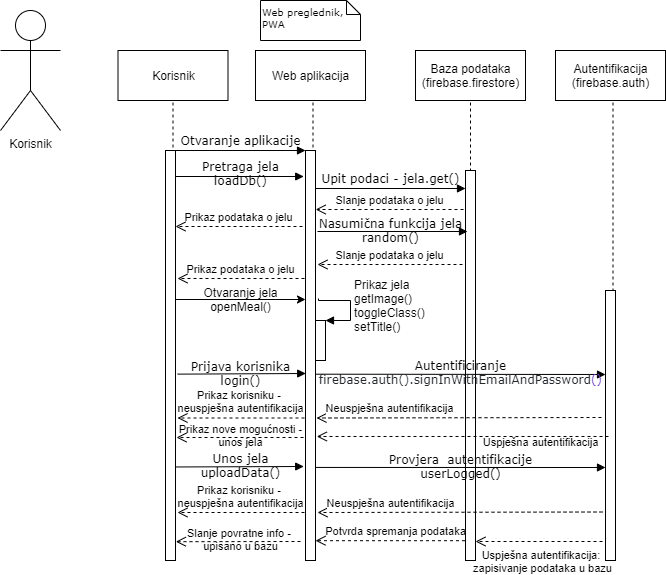
Earlier version of the draw.io export Dokumentacija/dijagram sekvenci/dijagram_sekvenci.png (R0b34t0/Koohaj). Source tidied: cells renumbered, new cells last; positions are measured from the earlier drawing's top-left corner, leaving out a move shared by most shapes.
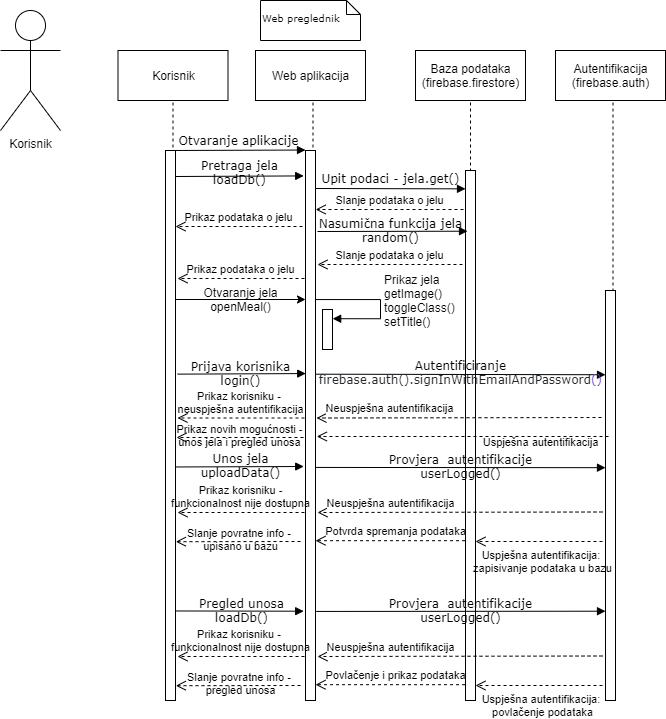
After the change.

Change to the diagram source:
```diff
@@ -1,61 +1,60 @@
-<mxGraphModel background="#ffffff">
+<mxGraphModel>
   <root>
     <mxCell id="0" />
     <mxCell id="1" parent="0" />
-    <mxCell id="2" style="shape=umlLifeline;perimeter=lifelinePerimeter;whiteSpace=wrap;html=1;rounded=1;shadow=0;comic=0;labelBackgroundColor=none;strokeWidth=1;fontFamily=Verdana;fontSize=12;align=center;" parent="1" vertex="1">
-      <mxGeometry x="260" y="50" width="105" height="510" as="geometry" />
-    </mxCell>
-    <mxCell id="3" style="html=1;points=[];perimeter=orthogonalPerimeter;rounded=0;shadow=0;comic=0;labelBackgroundColor=none;strokeWidth=1;fontFamily=Verdana;fontSize=12;align=center;" parent="2" vertex="1">
-      <mxGeometry x="45" y="100" width="10" height="410" as="geometry" />
-    </mxCell>
+    <mxCell id="40" style="shape=umlLifeline;perimeter=lifelinePerimeter;whiteSpace=wrap;html=1;rounded=1;shadow=0;comic=0;labelBackgroundColor=none;strokeWidth=1;fontFamily=Verdana;fontSize=12;align=center;" parent="1" vertex="1">
+      <mxGeometry x="260" y="50" width="105" height="650" as="geometry" />
+    </mxCell>
+    <mxCell id="41" style="html=1;points=[];perimeter=orthogonalPerimeter;rounded=0;shadow=0;comic=0;labelBackgroundColor=none;strokeWidth=1;fontFamily=Verdana;fontSize=12;align=center;" parent="40" vertex="1">
+      <mxGeometry x="45" y="100" width="10" height="550" as="geometry" />
+    </mxCell>
-    <mxCell id="4" value="Web aplikacija" style="html=1;" parent="2" vertex="1">
+    <mxCell id="4" value="Web aplikacija" style="html=1;" parent="40" vertex="1">
       <mxGeometry x="-5" width="110" height="50" as="geometry" />
     </mxCell>
-    <mxCell id="5" style="html=1;points=[];perimeter=orthogonalPerimeter;fontSize=12;" parent="2" vertex="1">
-      <mxGeometry x="55" y="270" width="10" height="40" as="geometry" />
-    </mxCell>
+    <mxCell id="42" style="html=1;points=[];perimeter=orthogonalPerimeter;fontSize=12;" parent="40" vertex="1">
+      <mxGeometry x="62" y="259" width="10" height="40" as="geometry" />
+    </mxCell>
-    <mxCell id="6" value="Prikaz jela&lt;br&gt;getImage()&lt;br&gt;toggleClass()&lt;br&gt;setTitle()" style="edgeStyle=orthogonalEdgeStyle;html=1;align=left;spacingLeft=2;endArrow=block;rounded=0;entryX=1;entryY=0;labelBackgroundColor=none;fontSize=12;exitX=1.3;exitY=0.361;exitDx=0;exitDy=0;exitPerimeter=0;" parent="2" edge="1" source="3" target="5">
+    <mxCell id="6" value="Prikaz jela&lt;br&gt;getImage()&lt;br&gt;toggleClass()&lt;br&gt;setTitle()" style="edgeStyle=orthogonalEdgeStyle;html=1;align=left;spacingLeft=2;endArrow=block;rounded=0;labelBackgroundColor=none;fontSize=12;exitX=1.016;exitY=0.271;exitDx=0;exitDy=0;exitPerimeter=0;entryX=1.018;entryY=0.23;entryDx=0;entryDy=0;entryPerimeter=0;" parent="40" edge="1" source="41" target="42">
       <mxGeometry relative="1" as="geometry">
         <Array as="points">
-          <mxPoint x="58" y="250" />
-          <mxPoint x="90" y="250" />
-          <mxPoint x="90" y="270" />
+          <mxPoint x="120" y="250" />
+          <mxPoint x="120" y="268" />
         </Array>
       </mxGeometry>
     </mxCell>
-    <mxCell id="7" value=":Object" style="shape=umlLifeline;perimeter=lifelinePerimeter;whiteSpace=wrap;html=1;rounded=1;shadow=0;comic=0;labelBackgroundColor=none;strokeWidth=1;fontFamily=Verdana;fontSize=12;align=center;" parent="1" vertex="1">
-      <mxGeometry x="420" y="50" width="100" height="510" as="geometry" />
-    </mxCell>
-    <mxCell id="8" style="html=1;perimeter=orthogonalPerimeter;rounded=0;shadow=0;comic=0;labelBackgroundColor=none;strokeWidth=1;fontFamily=Verdana;fontSize=12;align=center;" parent="7" vertex="1">
-      <mxGeometry x="45" y="120" width="10" height="390" as="geometry" />
-    </mxCell>
+    <mxCell id="43" value=":Object" style="shape=umlLifeline;perimeter=lifelinePerimeter;whiteSpace=wrap;html=1;rounded=1;shadow=0;comic=0;labelBackgroundColor=none;strokeWidth=1;fontFamily=Verdana;fontSize=12;align=center;" parent="1" vertex="1">
+      <mxGeometry x="420" y="50" width="100" height="650" as="geometry" />
+    </mxCell>
+    <mxCell id="44" style="html=1;perimeter=orthogonalPerimeter;rounded=0;shadow=0;comic=0;labelBackgroundColor=none;strokeWidth=1;fontFamily=Verdana;fontSize=12;align=center;" parent="43" vertex="1">
+      <mxGeometry x="45" y="120" width="10" height="530" as="geometry" />
+    </mxCell>
-    <mxCell id="9" value="Baza podataka&lt;br&gt;(firebase.firestore)" style="html=1;" parent="7" vertex="1">
+    <mxCell id="9" value="Baza podataka&lt;br&gt;(firebase.firestore)" style="html=1;" parent="43" vertex="1">
       <mxGeometry x="-5" width="110" height="50" as="geometry" />
     </mxCell>
-    <mxCell id="10" value=":Object" style="shape=umlLifeline;perimeter=lifelinePerimeter;whiteSpace=wrap;html=1;rounded=1;shadow=0;comic=0;labelBackgroundColor=none;strokeWidth=1;fontFamily=Verdana;fontSize=12;align=center;" parent="1" vertex="1">
-      <mxGeometry x="560" y="50" width="105" height="490" as="geometry" />
-    </mxCell>
+    <mxCell id="45" value=":Object" style="shape=umlLifeline;perimeter=lifelinePerimeter;whiteSpace=wrap;html=1;rounded=1;shadow=0;comic=0;labelBackgroundColor=none;strokeWidth=1;fontFamily=Verdana;fontSize=12;align=center;" parent="1" vertex="1">
+      <mxGeometry x="560" y="50" width="105" height="490" as="geometry" />
+    </mxCell>
-    <mxCell id="11" value="Autentifikacija&lt;br&gt;(firebase.auth)" style="html=1;" parent="10" vertex="1">
+    <mxCell id="11" value="Autentifikacija&lt;br&gt;(firebase.auth)" style="html=1;" parent="45" vertex="1">
       <mxGeometry x="-5" width="110" height="50" as="geometry" />
     </mxCell>
-    <mxCell id="12" value=":Object" style="shape=umlLifeline;perimeter=lifelinePerimeter;whiteSpace=wrap;html=1;rounded=1;shadow=0;comic=0;labelBackgroundColor=none;strokeWidth=1;fontFamily=Verdana;fontSize=12;align=center;" parent="1" vertex="1">
-      <mxGeometry x="120" y="50" width="105" height="510" as="geometry" />
-    </mxCell>
-    <mxCell id="13" style="html=1;points=[];perimeter=orthogonalPerimeter;rounded=0;shadow=0;comic=0;labelBackgroundColor=none;strokeWidth=1;fontFamily=Verdana;fontSize=12;align=center;" parent="12" vertex="1">
-      <mxGeometry x="45" y="100" width="10" height="410" as="geometry" />
-    </mxCell>
+    <mxCell id="46" value=":Object" style="shape=umlLifeline;perimeter=lifelinePerimeter;whiteSpace=wrap;html=1;rounded=1;shadow=0;comic=0;labelBackgroundColor=none;strokeWidth=1;fontFamily=Verdana;fontSize=12;align=center;" parent="1" vertex="1">
+      <mxGeometry x="120" y="50" width="105" height="650" as="geometry" />
+    </mxCell>
+    <mxCell id="47" style="html=1;points=[];perimeter=orthogonalPerimeter;rounded=0;shadow=0;comic=0;labelBackgroundColor=none;strokeWidth=1;fontFamily=Verdana;fontSize=12;align=center;" parent="46" vertex="1">
+      <mxGeometry x="45" y="100" width="10" height="550" as="geometry" />
+    </mxCell>
-    <mxCell id="14" value="Korisnik" style="html=1;" parent="12" vertex="1">
+    <mxCell id="14" value="Korisnik" style="html=1;" parent="46" vertex="1">
       <mxGeometry x="-2.5" width="110" height="50" as="geometry" />
     </mxCell>
-    <mxCell id="15" style="html=1;perimeter=orthogonalPerimeter;rounded=0;shadow=0;comic=0;labelBackgroundColor=none;strokeWidth=1;fontFamily=Verdana;fontSize=12;align=center;" parent="1" vertex="1">
-      <mxGeometry x="605" y="290" width="10" height="270" as="geometry" />
-    </mxCell>
+    <mxCell id="48" style="html=1;perimeter=orthogonalPerimeter;rounded=0;shadow=0;comic=0;labelBackgroundColor=none;strokeWidth=1;fontFamily=Verdana;fontSize=12;align=center;" parent="1" vertex="1">
+      <mxGeometry x="605" y="290" width="10" height="410" as="geometry" />
+    </mxCell>
-    <mxCell id="16" value="Otvaranje aplikacije" style="html=1;verticalAlign=bottom;endArrow=block;entryX=0;entryY=0;labelBackgroundColor=none;fontFamily=Verdana;fontSize=12;edgeStyle=elbowEdgeStyle;elbow=vertical;" parent="1" edge="1" source="13" target="3">
+    <mxCell id="16" value="Otvaranje aplikacije" style="html=1;verticalAlign=bottom;endArrow=block;entryX=0;entryY=0;labelBackgroundColor=none;fontFamily=Verdana;fontSize=12;edgeStyle=elbowEdgeStyle;elbow=vertical;" parent="1" edge="1" source="47" target="41">
       <mxGeometry relative="1" as="geometry" />
     </mxCell>
-    <mxCell id="17" value="Web preglednik, PWA" style="shape=note;whiteSpace=wrap;html=1;size=14;verticalAlign=middle;align=left;spacingTop=-6;rounded=0;shadow=0;comic=0;labelBackgroundColor=none;strokeWidth=1;fontFamily=Verdana;fontSize=10;" parent="1" vertex="1">
-      <mxGeometry x="260" width="100" height="40" as="geometry" />
-    </mxCell>
+    <mxCell id="49" value="Web preglednik" style="shape=note;whiteSpace=wrap;html=1;size=14;verticalAlign=middle;align=left;spacingTop=-6;rounded=0;shadow=0;comic=0;labelBackgroundColor=none;strokeWidth=1;fontFamily=Verdana;fontSize=10;" parent="1" vertex="1">
+      <mxGeometry x="260" width="100" height="40" as="geometry" />
+    </mxCell>
     <mxCell id="18" value="Korisnik" style="shape=umlActor;verticalLabelPosition=bottom;verticalAlign=top;html=1;" parent="1" vertex="1">
       <mxGeometry y="10" width="60" height="120" as="geometry" />
     </mxCell>
@@ -71,53 +70,53 @@
         <mxPoint x="465" y="188" as="targetPoint" />
       </mxGeometry>
     </mxCell>
-    <mxCell id="21" value="Slanje podataka o jelu" style="html=1;verticalAlign=bottom;endArrow=open;dashed=1;endSize=8;" parent="1" edge="1">
-      <mxGeometry relative="1" as="geometry">
-        <mxPoint x="463" y="209" as="sourcePoint" />
-        <mxPoint x="315.2" y="209" as="targetPoint" />
-      </mxGeometry>
-    </mxCell>
-    <mxCell id="22" value="Prikaz podataka o jelu" style="html=1;verticalAlign=bottom;endArrow=open;dashed=1;endSize=8;labelBackgroundColor=none;" parent="1" edge="1" target="13">
-      <mxGeometry relative="1" as="geometry">
-        <mxPoint x="302" y="226" as="sourcePoint" />
-      </mxGeometry>
-    </mxCell>
+    <mxCell id="50" value="Slanje podataka o jelu" style="html=1;verticalAlign=bottom;endArrow=open;dashed=1;endSize=8;" parent="1" edge="1">
+      <mxGeometry relative="1" as="geometry">
+        <mxPoint x="463" y="209" as="sourcePoint" />
+        <mxPoint x="315.2" y="209" as="targetPoint" />
+      </mxGeometry>
+    </mxCell>
+    <mxCell id="51" value="Prikaz podataka o jelu" style="html=1;verticalAlign=bottom;endArrow=open;dashed=1;endSize=8;labelBackgroundColor=none;" parent="1" edge="1" target="47">
+      <mxGeometry relative="1" as="geometry">
+        <mxPoint x="302" y="226" as="sourcePoint" />
+      </mxGeometry>
+    </mxCell>
     <mxCell id="23" value="Nasumična funkcija jela&lt;br&gt;random()" style="html=1;verticalAlign=bottom;endArrow=block;entryX=0;entryY=0;labelBackgroundColor=none;fontFamily=Verdana;fontSize=12;edgeStyle=elbowEdgeStyle;elbow=vertical;" parent="1" edge="1">
       <mxGeometry x="-0.03" y="-16" relative="1" as="geometry">
         <mxPoint x="317" y="231" as="sourcePoint" />
         <mxPoint x="467" y="231" as="targetPoint" />
       </mxGeometry>
     </mxCell>
-    <mxCell id="24" value="Slanje podataka o jelu" style="html=1;verticalAlign=bottom;endArrow=open;dashed=1;endSize=8;" parent="1" edge="1">
-      <mxGeometry relative="1" as="geometry">
-        <mxPoint x="462" y="264" as="sourcePoint" />
-        <mxPoint x="317" y="264" as="targetPoint" />
-      </mxGeometry>
-    </mxCell>
-    <mxCell id="25" value="Prikaz podataka o jelu" style="html=1;verticalAlign=bottom;endArrow=open;dashed=1;endSize=8;labelBackgroundColor=none;" parent="1" edge="1">
-      <mxGeometry relative="1" as="geometry">
-        <mxPoint x="304" y="278" as="sourcePoint" />
-        <mxPoint x="177" y="278" as="targetPoint" />
-      </mxGeometry>
-    </mxCell>
+    <mxCell id="52" value="Slanje podataka o jelu" style="html=1;verticalAlign=bottom;endArrow=open;dashed=1;endSize=8;" parent="1" edge="1">
+      <mxGeometry relative="1" as="geometry">
+        <mxPoint x="462" y="264" as="sourcePoint" />
+        <mxPoint x="317" y="264" as="targetPoint" />
+      </mxGeometry>
+    </mxCell>
+    <mxCell id="53" value="Prikaz podataka o jelu" style="html=1;verticalAlign=bottom;endArrow=open;dashed=1;endSize=8;labelBackgroundColor=none;" parent="1" edge="1">
+      <mxGeometry relative="1" as="geometry">
+        <mxPoint x="304" y="278" as="sourcePoint" />
+        <mxPoint x="177" y="278" as="targetPoint" />
+      </mxGeometry>
+    </mxCell>
     <mxCell id="26" value="Unos jela&lt;br&gt;uploadData()" style="html=1;verticalAlign=bottom;endArrow=block;entryX=-0.38;entryY=0.111;labelBackgroundColor=none;fontFamily=Verdana;fontSize=12;edgeStyle=elbowEdgeStyle;elbow=vertical;entryDx=0;entryDy=0;entryPerimeter=0;spacingBottom=1;" parent="1" edge="1">
       <mxGeometry x="0.02" y="-17" relative="1" as="geometry">
         <mxPoint x="175" y="466.5" as="sourcePoint" />
         <mxPoint x="303.2" y="466" as="targetPoint" />
       </mxGeometry>
     </mxCell>
-    <mxCell id="27" value="Provjera&amp;nbsp; autentifikacije&lt;br&gt;userLogged()" style="html=1;verticalAlign=bottom;endArrow=block;labelBackgroundColor=none;fontFamily=Verdana;fontSize=12;edgeStyle=elbowEdgeStyle;elbow=vertical;exitX=1.063;exitY=0.678;exitDx=0;exitDy=0;exitPerimeter=0;" parent="1" edge="1">
-      <mxGeometry y="-16" relative="1" as="geometry">
-        <mxPoint x="315.6" y="466.9" as="sourcePoint" />
-        <mxPoint x="605" y="467" as="targetPoint" />
-      </mxGeometry>
-    </mxCell>
-    <mxCell id="28" value="Neuspješna autentifikacija" style="html=1;verticalAlign=bottom;endArrow=open;dashed=1;endSize=8;" parent="1" edge="1">
-      <mxGeometry x="0.49" relative="1" as="geometry">
-        <mxPoint x="602" y="511.5" as="sourcePoint" />
-        <mxPoint x="317" y="512" as="targetPoint" />
-      </mxGeometry>
-    </mxCell>
+    <mxCell id="54" value="Provjera&amp;nbsp; autentifikacije&lt;br&gt;userLogged()" style="html=1;verticalAlign=bottom;endArrow=block;labelBackgroundColor=none;fontFamily=Verdana;fontSize=12;edgeStyle=elbowEdgeStyle;elbow=vertical;exitX=1.063;exitY=0.678;exitDx=0;exitDy=0;exitPerimeter=0;" parent="1" edge="1">
+      <mxGeometry y="-16" relative="1" as="geometry">
+        <mxPoint x="315.6" y="466.9" as="sourcePoint" />
+        <mxPoint x="605" y="467" as="targetPoint" />
+      </mxGeometry>
+    </mxCell>
+    <mxCell id="55" value="Neuspješna autentifikacija" style="html=1;verticalAlign=bottom;endArrow=open;dashed=1;endSize=8;" parent="1" edge="1">
+      <mxGeometry x="0.49" relative="1" as="geometry">
+        <mxPoint x="602" y="511.5" as="sourcePoint" />
+        <mxPoint x="317" y="512" as="targetPoint" />
+      </mxGeometry>
+    </mxCell>
     <mxCell id="29" value="Uspješna autentifikacija: &lt;br&gt;zapisivanje podataka u bazu" style="html=1;verticalAlign=bottom;endArrow=open;dashed=1;endSize=8;labelBackgroundColor=none;" parent="1" edge="1">
       <mxGeometry x="-0.06" y="36" relative="1" as="geometry">
         <mxPoint x="602" y="541" as="sourcePoint" />
@@ -148,41 +147,83 @@
         <mxPoint x="315" y="540.2" as="targetPoint" />
       </mxGeometry>
     </mxCell>
-    <mxCell id="34" value="Prikaz korisniku - &lt;br&gt;neuspješna autentifikacija" style="html=1;verticalAlign=bottom;endArrow=open;dashed=1;endSize=8;labelBackgroundColor=none;" parent="1" edge="1">
-      <mxGeometry relative="1" as="geometry">
-        <mxPoint x="304" y="512" as="sourcePoint" />
-        <mxPoint x="177" y="512" as="targetPoint" />
-      </mxGeometry>
-    </mxCell>
-    <mxCell id="35" value="Neuspješna autentifikacija" style="html=1;verticalAlign=bottom;endArrow=open;dashed=1;endSize=8;" parent="1" edge="1">
-      <mxGeometry x="0.49" relative="1" as="geometry">
-        <mxPoint x="601" y="417" as="sourcePoint" />
-        <mxPoint x="316" y="417.5" as="targetPoint" />
-      </mxGeometry>
-    </mxCell>
-    <mxCell id="36" value="Prikaz korisniku - &lt;br&gt;neuspješna autentifikacija" style="html=1;verticalAlign=bottom;endArrow=open;dashed=1;endSize=8;labelBackgroundColor=none;" parent="1" edge="1">
-      <mxGeometry relative="1" as="geometry">
-        <mxPoint x="304" y="417.5" as="sourcePoint" />
-        <mxPoint x="177" y="417.5" as="targetPoint" />
-      </mxGeometry>
-    </mxCell>
+    <mxCell id="56" value="Prikaz korisniku -&lt;br&gt;funkcionalnost nije dostupna" style="html=1;verticalAlign=bottom;endArrow=open;dashed=1;endSize=8;labelBackgroundColor=none;" parent="1" edge="1">
+      <mxGeometry relative="1" as="geometry">
+        <mxPoint x="304" y="512" as="sourcePoint" />
+        <mxPoint x="177" y="512" as="targetPoint" />
+      </mxGeometry>
+    </mxCell>
+    <mxCell id="57" value="Neuspješna autentifikacija" style="html=1;verticalAlign=bottom;endArrow=open;dashed=1;endSize=8;" parent="1" edge="1">
+      <mxGeometry x="0.49" relative="1" as="geometry">
+        <mxPoint x="601" y="417" as="sourcePoint" />
+        <mxPoint x="316" y="417.5" as="targetPoint" />
+      </mxGeometry>
+    </mxCell>
+    <mxCell id="58" value="Prikaz korisniku - &lt;br&gt;neuspješna autentifikacija" style="html=1;verticalAlign=bottom;endArrow=open;dashed=1;endSize=8;labelBackgroundColor=none;" parent="1" edge="1">
+      <mxGeometry relative="1" as="geometry">
+        <mxPoint x="304" y="417.5" as="sourcePoint" />
+        <mxPoint x="177" y="417.5" as="targetPoint" />
+      </mxGeometry>
+    </mxCell>
     <mxCell id="37" value="Uspješna autentifikacija" style="html=1;verticalAlign=bottom;endArrow=open;dashed=1;endSize=8;labelBackgroundColor=none;" parent="1" edge="1">
       <mxGeometry x="-0.53" y="15" relative="1" as="geometry">
         <mxPoint x="608" y="436" as="sourcePoint" />
         <mxPoint x="316.3" y="436" as="targetPoint" />
       </mxGeometry>
     </mxCell>
-    <mxCell id="38" value="Prikaz nove mogućnosti -&lt;br&gt;unos jela" style="html=1;verticalAlign=bottom;endArrow=open;dashed=1;endSize=8;labelBackgroundColor=none;spacingBottom=-5;" parent="1" edge="1">
-      <mxGeometry x="-0.01" y="9" relative="1" as="geometry">
-        <mxPoint x="303" y="437" as="sourcePoint" />
-        <mxPoint x="176" y="437" as="targetPoint" />
-      </mxGeometry>
-    </mxCell>
+    <mxCell id="59" value="Prikaz novih mogućnosti -&lt;br&gt;unos jela i pregled unosa" style="html=1;verticalAlign=bottom;endArrow=open;dashed=1;endSize=8;labelBackgroundColor=none;spacingBottom=-5;" parent="1" edge="1">
+      <mxGeometry x="-0.01" y="9" relative="1" as="geometry">
+        <mxPoint x="303" y="437" as="sourcePoint" />
+        <mxPoint x="176" y="437" as="targetPoint" />
+      </mxGeometry>
+    </mxCell>
     <mxCell id="39" value="Otvaranje jela&lt;br&gt;openMeal()" style="edgeStyle=orthogonalEdgeStyle;rounded=0;orthogonalLoop=1;jettySize=auto;html=1;labelBackgroundColor=none;fontSize=12;" parent="1" edge="1">
       <mxGeometry relative="1" as="geometry">
         <mxPoint x="175" y="299" as="sourcePoint" />
         <mxPoint x="305" y="299" as="targetPoint" />
       </mxGeometry>
     </mxCell>
+    <mxCell id="60" value="Pregled unosa&lt;br&gt;loadDb()" style="html=1;verticalAlign=bottom;endArrow=block;entryX=-0.38;entryY=0.111;labelBackgroundColor=none;fontFamily=Verdana;fontSize=12;edgeStyle=elbowEdgeStyle;elbow=vertical;entryDx=0;entryDy=0;entryPerimeter=0;spacingBottom=1;" parent="1" edge="1">
+      <mxGeometry x="0.02" y="-17" relative="1" as="geometry">
+        <mxPoint x="175" y="610.5" as="sourcePoint" />
+        <mxPoint x="303.2" y="610" as="targetPoint" />
+      </mxGeometry>
+    </mxCell>
+    <mxCell id="61" value="Provjera&amp;nbsp; autentifikacije&lt;br&gt;userLogged()" style="html=1;verticalAlign=bottom;endArrow=block;labelBackgroundColor=none;fontFamily=Verdana;fontSize=12;edgeStyle=elbowEdgeStyle;elbow=vertical;exitX=1.063;exitY=0.678;exitDx=0;exitDy=0;exitPerimeter=0;" parent="1" edge="1">
+      <mxGeometry y="-16" relative="1" as="geometry">
+        <mxPoint x="315.6" y="610.9" as="sourcePoint" />
+        <mxPoint x="605" y="611" as="targetPoint" />
+      </mxGeometry>
+    </mxCell>
+    <mxCell id="62" value="Neuspješna autentifikacija" style="html=1;verticalAlign=bottom;endArrow=open;dashed=1;endSize=8;" parent="1" edge="1">
+      <mxGeometry x="0.49" relative="1" as="geometry">
+        <mxPoint x="602" y="655.5" as="sourcePoint" />
+        <mxPoint x="317" y="656" as="targetPoint" />
+      </mxGeometry>
+    </mxCell>
+    <mxCell id="63" value="Uspješna autentifikacija: &lt;br&gt;povlačenje podataka" style="html=1;verticalAlign=bottom;endArrow=open;dashed=1;endSize=8;labelBackgroundColor=none;" parent="1" edge="1">
+      <mxGeometry x="-0.06" y="36" relative="1" as="geometry">
+        <mxPoint x="602" y="685" as="sourcePoint" />
+        <mxPoint x="475" y="685" as="targetPoint" />
+      </mxGeometry>
+    </mxCell>
+    <mxCell id="64" value="Slanje povratne info -&amp;nbsp;&lt;br&gt;pregled unosa" style="html=1;verticalAlign=bottom;endArrow=open;dashed=1;endSize=8;labelBackgroundColor=none;entryX=1.233;entryY=0.953;entryDx=0;entryDy=0;entryPerimeter=0;" parent="1" edge="1">
+      <mxGeometry x="-0.04" y="14" relative="1" as="geometry">
+        <mxPoint x="300" y="685" as="sourcePoint" />
+        <mxPoint x="175.3" y="685.2" as="targetPoint" />
+      </mxGeometry>
+    </mxCell>
+    <mxCell id="65" value="Povlačenje i prikaz podataka" style="html=1;verticalAlign=bottom;endArrow=open;dashed=1;endSize=8;labelBackgroundColor=none;entryX=1.233;entryY=0.953;entryDx=0;entryDy=0;entryPerimeter=0;" parent="1" edge="1">
+      <mxGeometry x="-0.07" relative="1" as="geometry">
+        <mxPoint x="464.5" y="684.2" as="sourcePoint" />
+        <mxPoint x="315" y="684.2" as="targetPoint" />
+      </mxGeometry>
+    </mxCell>
+    <mxCell id="66" value="Prikaz korisniku - &lt;br&gt;funkcionalnost nije dostupna" style="html=1;verticalAlign=bottom;endArrow=open;dashed=1;endSize=8;labelBackgroundColor=none;" parent="1" edge="1">
+      <mxGeometry relative="1" as="geometry">
+        <mxPoint x="304" y="656" as="sourcePoint" />
+        <mxPoint x="177" y="656" as="targetPoint" />
+      </mxGeometry>
+    </mxCell>
   </root>
 </mxGraphModel>
```
